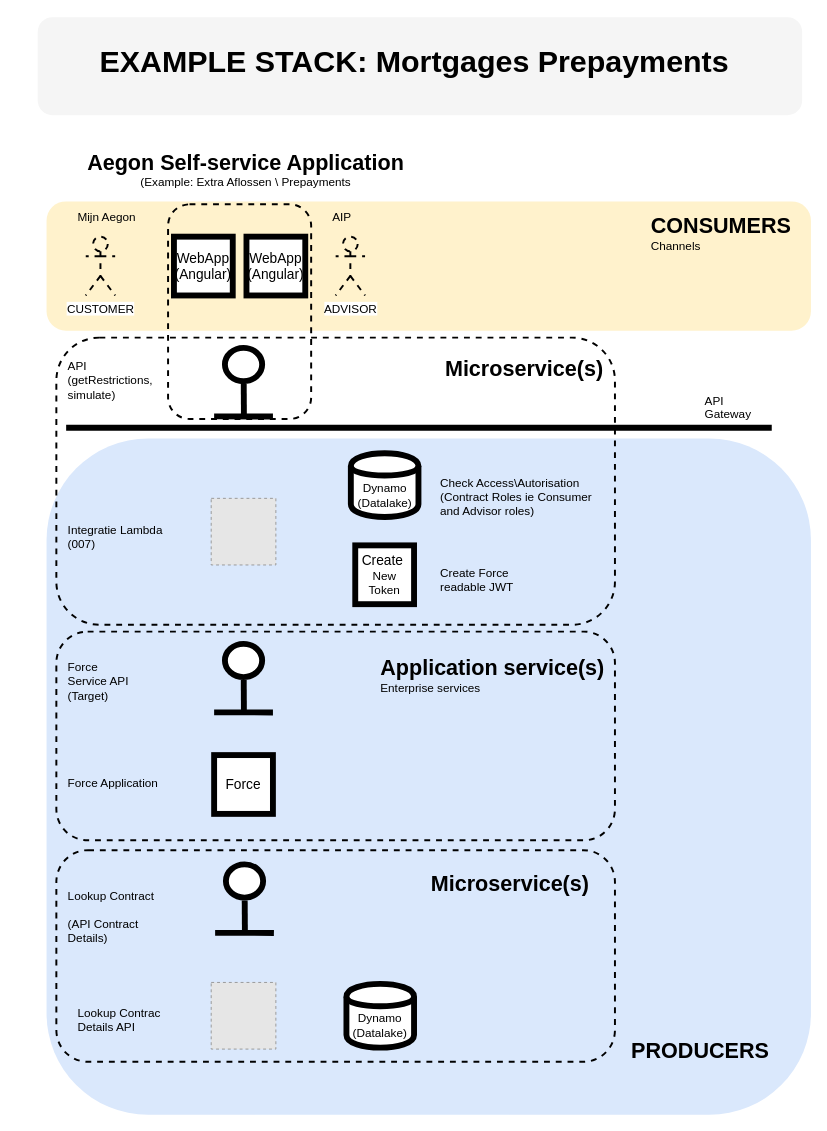
luchthandel/diagrams keeps this draw.io diagram as apis_in_remedy.drawio. Above is the earlier version. Source tidied: cells renumbered, new cells numbered last; positions are measured from the earlier drawing's top-left corner, leaving out a move shared by most shapes. Both pictures are drawn from the tidied source at 98%, with x=0, y=0 at pixel (17, 17). Pictures stored in the file or linked from it are replaced by grey dashed boxes.
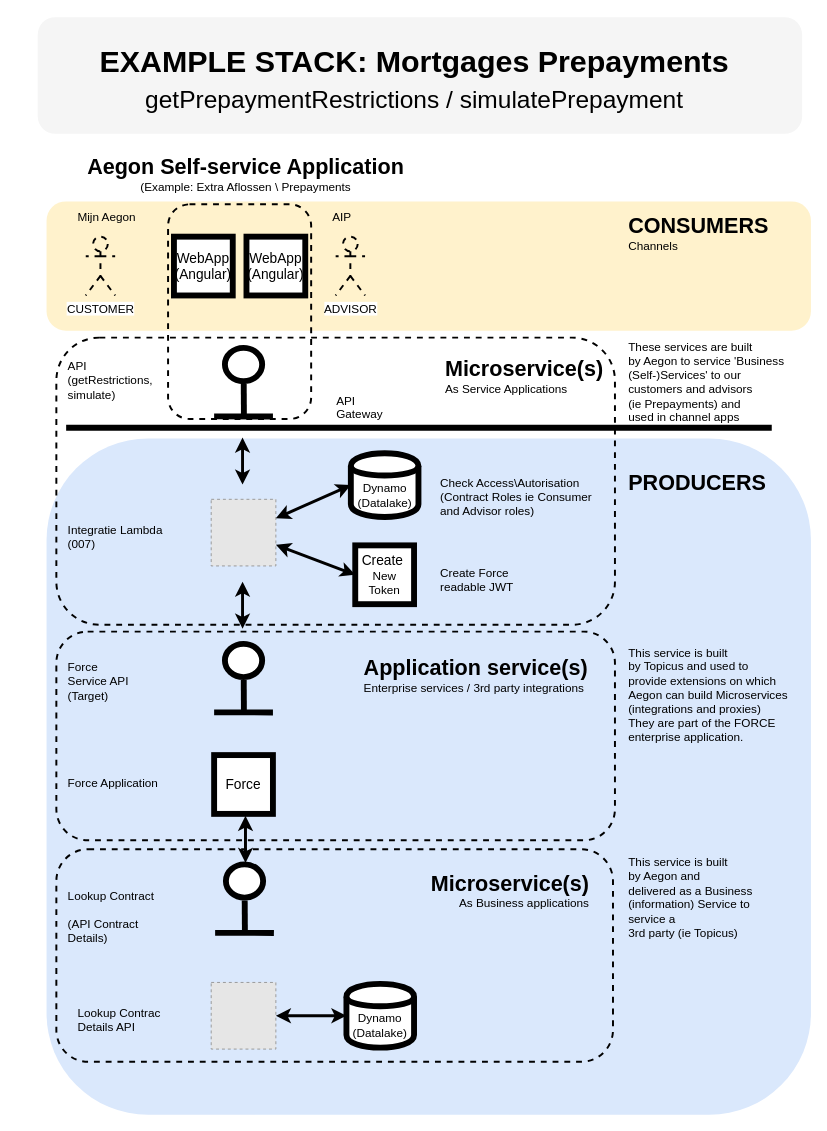
After the change.

Unchanged cells that the change refers to:
```xml
<mxCell id="17" style="fillColor=#E6E6E6;strokeColor=#999999;dashed=1;verticalLabelPosition=bottom;labelBackgroundColor=#ffffff;verticalAlign=top;" parent="1" vertex="1">
  <mxGeometry x="198" y="985" width="66" height="68" as="geometry" />
</mxCell>
<mxCell id="18" value="Dynamo&lt;br&gt;(Datalake)&lt;br&gt;" style="shape=cylinder;whiteSpace=wrap;html=1;boundedLbl=1;backgroundOutline=1;strokeWidth=6;" parent="1" vertex="1">
  <mxGeometry x="336" y="986.5" width="69" height="65" as="geometry" />
</mxCell>
<mxCell id="22" value="Dynamo&lt;br&gt;(Datalake)&lt;br&gt;" style="shape=cylinder;whiteSpace=wrap;html=1;boundedLbl=1;backgroundOutline=1;strokeWidth=6;" parent="1" vertex="1">
  <mxGeometry x="340.5" y="445" width="69" height="65" as="geometry" />
</mxCell>
<mxCell id="24" value="&lt;span style=&quot;font-size: 14px&quot;&gt;Create&amp;nbsp;&lt;br&gt;&lt;/span&gt;New Token&lt;br&gt;" style="rounded=0;whiteSpace=wrap;html=1;strokeWidth=6;" parent="1" vertex="1">
  <mxGeometry x="345" y="539" width="60" height="60" as="geometry" />
</mxCell>
```

What changed in the source:
```diff
@@
     <mxCell id="2" style="rounded=1;whiteSpace=wrap;html=1;strokeWidth=6;fillColor=#f5f5f5;strokeColor=none;fontColor=#333333;" parent="1" vertex="1">
-      <mxGeometry x="21" width="780" height="100" as="geometry" />
+      <mxGeometry x="21" width="780" height="119" as="geometry" />
     </mxCell>
@@
     <mxCell id="6" style="fillColor=#E6E6E6;strokeColor=#999999;dashed=1;verticalLabelPosition=bottom;labelBackgroundColor=#ffffff;verticalAlign=top;" parent="1" vertex="1">
-      <mxGeometry x="198" y="491" width="66" height="68" as="geometry" />
+      <mxGeometry x="198" y="492" width="66" height="68" as="geometry" />
     </mxCell>
@@
     <mxCell id="37" value="API&lt;br&gt;Gateway&lt;br&gt;" style="text;html=1;" parent="1" vertex="1">
-      <mxGeometry x="700" y="377.5" width="80" height="30" as="geometry" />
+      <mxGeometry x="324" y="377.5" width="80" height="30" as="geometry" />
     </mxCell>
@@
     <mxCell id="39" value="&lt;b&gt;&lt;font style=&quot;font-size: 22px&quot;&gt;CONSUMERS&lt;/font&gt;&lt;/b&gt;&lt;br&gt;Channels&lt;br&gt;" style="text;html=1;" parent="1" vertex="1">
-      <mxGeometry x="645" y="194" width="155" height="30" as="geometry" />
+      <mxGeometry x="622" y="194" width="155" height="30" as="geometry" />
     </mxCell>
     <mxCell id="40" value="&lt;b&gt;&lt;font style=&quot;font-size: 22px&quot;&gt;PRODUCERS&lt;/font&gt;&lt;/b&gt;&lt;br&gt;" style="text;html=1;" parent="1" vertex="1">
-      <mxGeometry x="625" y="1035.5" width="155" height="35" as="geometry" />
+      <mxGeometry x="622" y="456" width="155" height="35" as="geometry" />
     </mxCell>
-    <mxCell id="41" value="&lt;b&gt;&lt;font style=&quot;font-size: 22px&quot;&gt;Microservice(s)&lt;/font&gt;&lt;/b&gt;&lt;br&gt;" style="text;html=1;" parent="1" vertex="1">
+    <mxCell id="41" value="&lt;b&gt;&lt;font style=&quot;font-size: 22px&quot;&gt;Microservice(s)&lt;br&gt;&lt;/font&gt;&lt;/b&gt;&lt;span&gt;As Service Applications&lt;/span&gt;&lt;br&gt;" style="text;html=1;" parent="1" vertex="1">
       <mxGeometry x="435" y="339.5" width="155" height="35" as="geometry" />
     </mxCell>
-    <mxCell id="42" value="&lt;b&gt;&lt;font style=&quot;font-size: 22px&quot;&gt;Application service(s)&lt;br&gt;&lt;/font&gt;&lt;/b&gt;Enterprise services&lt;br&gt;" style="text;html=1;" parent="1" vertex="1">
-      <mxGeometry x="369" y="644.5" width="155" height="35" as="geometry" />
+    <mxCell id="42" value="&lt;b&gt;&lt;font style=&quot;font-size: 22px&quot;&gt;Application service(s)&lt;br&gt;&lt;/font&gt;&lt;/b&gt;Enterprise services / 3rd party integrations&lt;br&gt;" style="text;html=1;" parent="1" vertex="1">
+      <mxGeometry x="352" y="645" width="172" height="35" as="geometry" />
     </mxCell>
     <mxCell id="43" style="rounded=1;whiteSpace=wrap;html=1;strokeWidth=2;dashed=1;strokeColor=#000000;fillColor=none;" parent="1" vertex="1">
-      <mxGeometry x="40" y="850" width="570" height="216" as="geometry" />
+      <mxGeometry x="40" y="849" width="568" height="217" as="geometry" />
     </mxCell>
-    <mxCell id="44" value="&lt;b&gt;&lt;font style=&quot;font-size: 22px&quot;&gt;Microservice(s)&lt;/font&gt;&lt;/b&gt;&lt;br&gt;" style="text;html=1;align=right;" parent="1" vertex="1">
+    <mxCell id="44" value="&lt;b&gt;&lt;font style=&quot;font-size: 22px&quot;&gt;Microservice(s)&lt;br&gt;&lt;/font&gt;&lt;/b&gt;As Business applications&lt;br&gt;" style="text;html=1;align=right;" parent="1" vertex="1">
       <mxGeometry x="430" y="865" width="155" height="35" as="geometry" />
     </mxCell>
@@
     <mxCell id="46" value="&lt;b&gt;&lt;font style=&quot;font-size: 22px&quot;&gt;Aegon Self-service Application&lt;br&gt;&lt;/font&gt;&lt;/b&gt;(Example: Extra Aflossen \ Prepayments&lt;br&gt;" style="text;html=1;align=center;" parent="1" vertex="1">
-      <mxGeometry x="80" y="129" width="305" height="35" as="geometry" />
+      <mxGeometry x="80" y="134" width="305" height="35" as="geometry" />
     </mxCell>
@@
-    <mxCell id="49" value="&lt;span style=&quot;font-size: 31px;&quot;&gt;&lt;b style=&quot;font-size: 31px;&quot;&gt;EXAMPLE STACK: Mortgages Prepayments&lt;/b&gt;&lt;/span&gt;" style="text;html=1;fontSize=31;align=center;" parent="1" vertex="1">
+    <mxCell id="49" value="&lt;b&gt;EXAMPLE STACK: Mortgages Prepayments&lt;/b&gt;&lt;br&gt;&lt;font style=&quot;font-size: 25px&quot;&gt;getPrepaymentRestrictions / simulatePrepayment&lt;/font&gt;&lt;br&gt;" style="text;html=1;fontSize=31;align=center;" parent="1" vertex="1">
       <mxGeometry y="20" width="810" height="30" as="geometry" />
     </mxCell>
+    <mxCell id="50" style="endArrow=classic;startArrow=classic;html=1;strokeWidth=3;fontSize=5;" parent="1" edge="1">
+      <mxGeometry relative="1" as="geometry">
+        <mxPoint x="230" y="477" as="sourcePoint" />
+        <mxPoint x="230" y="429" as="targetPoint" />
+      </mxGeometry>
+    </mxCell>
+    <mxCell id="51" style="endArrow=classic;startArrow=classic;html=1;strokeWidth=3;fontSize=5;entryX=0;entryY=0.5;entryDx=0;entryDy=0;" parent="1" edge="1" source="6" target="22">
+      <mxGeometry relative="1" as="geometry" />
+    </mxCell>
+    <mxCell id="52" style="endArrow=classic;startArrow=classic;html=1;strokeWidth=3;fontSize=5;entryX=0;entryY=0.5;entryDx=0;entryDy=0;" parent="1" edge="1" source="6" target="24">
+      <mxGeometry relative="1" as="geometry" />
+    </mxCell>
+    <mxCell id="53" style="endArrow=classic;startArrow=classic;html=1;strokeWidth=3;fontSize=5;" parent="1" edge="1">
+      <mxGeometry relative="1" as="geometry">
+        <mxPoint x="230" y="624" as="sourcePoint" />
+        <mxPoint x="230" y="576" as="targetPoint" />
+      </mxGeometry>
+    </mxCell>
+    <mxCell id="54" style="endArrow=classic;startArrow=classic;html=1;strokeWidth=3;fontSize=5;" parent="1" edge="1">
+      <mxGeometry relative="1" as="geometry">
+        <mxPoint x="233" y="863" as="sourcePoint" />
+        <mxPoint x="233" y="815" as="targetPoint" />
+      </mxGeometry>
+    </mxCell>
+    <mxCell id="55" style="endArrow=classic;startArrow=classic;html=1;strokeWidth=3;fontSize=5;entryX=0;entryY=0.5;entryDx=0;entryDy=0;" parent="1" edge="1" source="17" target="18">
+      <mxGeometry relative="1" as="geometry" />
+    </mxCell>
+    <mxCell id="56" value="This service is built&lt;br&gt;by Aegon and &lt;br&gt;delivered as a Business &lt;br&gt;(information) Service to&lt;br&gt;service a&amp;nbsp;&lt;br&gt;3rd party (ie Topicus)&lt;br&gt;" style="text;html=1;align=left;" parent="1" vertex="1">
+      <mxGeometry x="622" y="849" width="80" height="77" as="geometry" />
+    </mxCell>
+    <mxCell id="57" value="These services are built&lt;br&gt;by Aegon to service&amp;nbsp;'Business &lt;br&gt;(Self-)Services' to our &lt;br&gt;customers and advisors&lt;br&gt;(ie Prepayments) and &lt;br&gt;used in channel apps&lt;br&gt;" style="text;html=1;align=left;" parent="1" vertex="1">
+      <mxGeometry x="622" y="323" width="167" height="97" as="geometry" />
+    </mxCell>
+    <mxCell id="58" value="This service is built&lt;br&gt;by Topicus and used to&lt;br&gt;provide extensions on which&lt;br&gt;Aegon can build Microservices&lt;br&gt;(integrations and proxies)&lt;br&gt;They are part of the FORCE&lt;br&gt;enterprise application.&lt;br&gt;" style="text;html=1;align=left;" parent="1" vertex="1">
+      <mxGeometry x="622" y="635" width="176" height="116" as="geometry" />
+    </mxCell>
```
